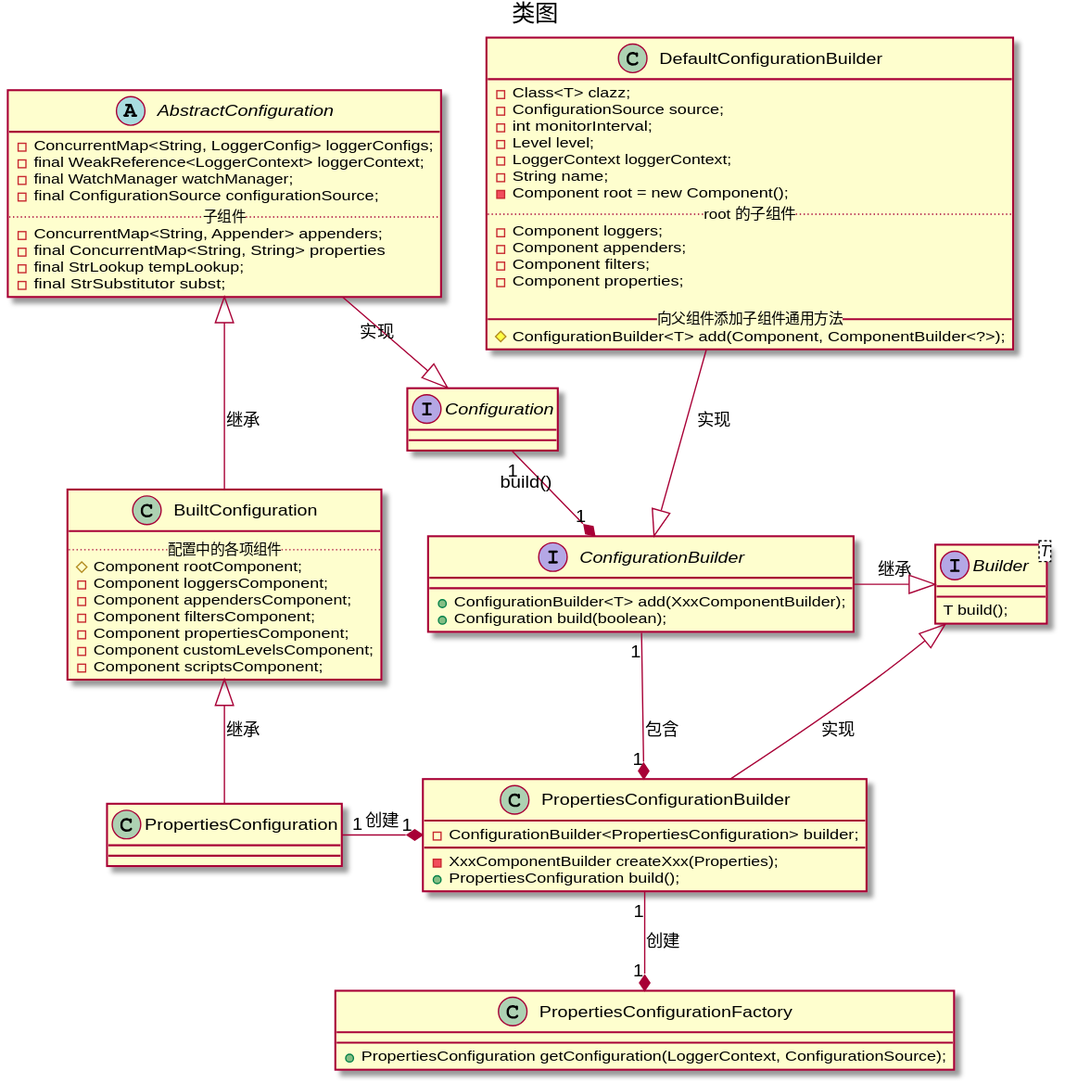
ReionChan/PhotoRepo keeps this PlantUML diagram as log4j/build_configuration_classes_diagram.svg. Above is the earlier version.
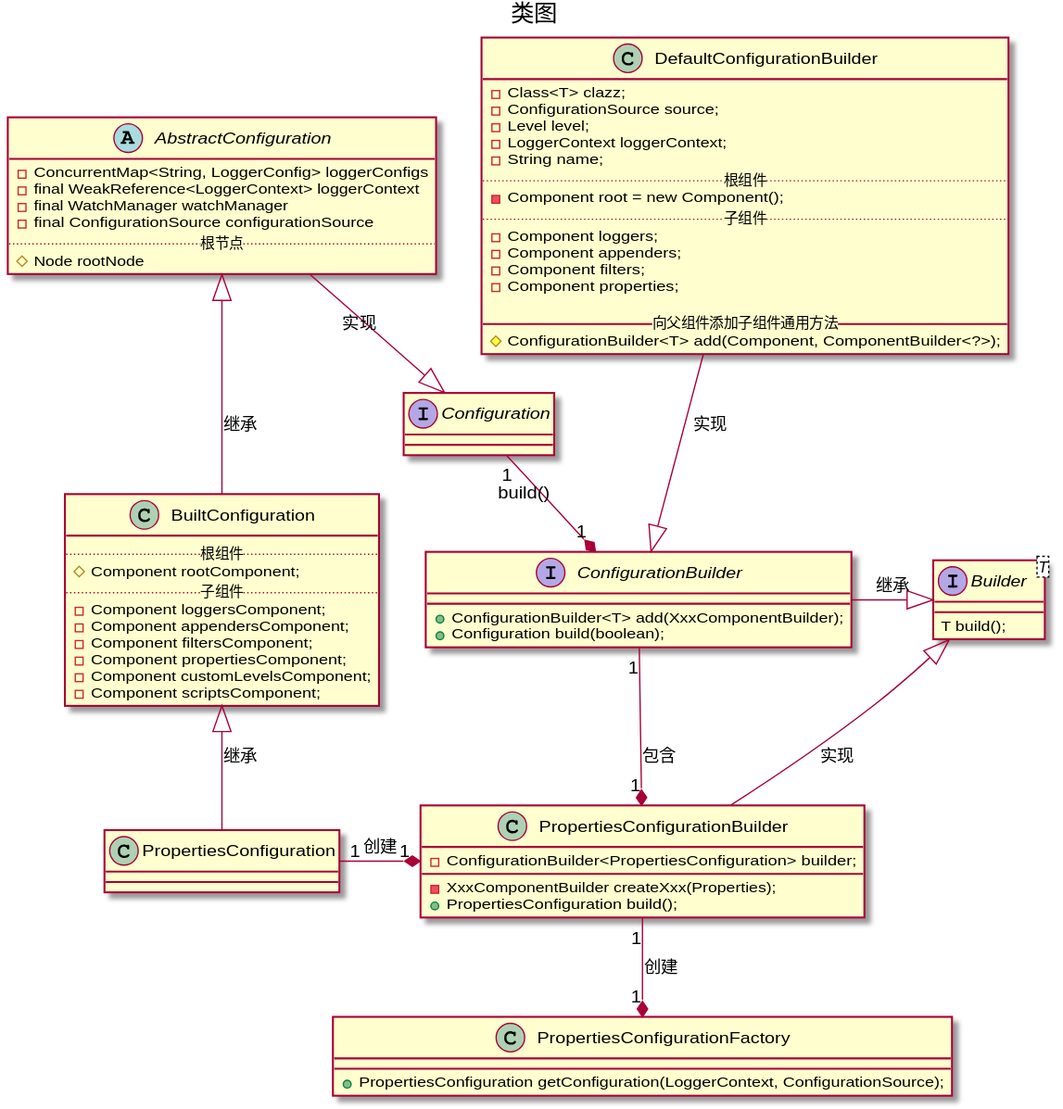
Above is the later version.

Commit message:
add rootNode in AbstractConfiguration

Change to the diagram source:
```diff
@@ -9,20 +9,18 @@
 }
 
 abstract class AbstractConfiguration {
-  - ConcurrentMap<String, LoggerConfig> loggerConfigs;
-  - final WeakReference<LoggerContext> loggerContext;
-  - final WatchManager watchManager;
-  - final ConfigurationSource configurationSource;
-  .. 子组件 ..
-  - ConcurrentMap<String, Appender> appenders;
-  - final ConcurrentMap<String, String> properties
-  - final StrLookup tempLookup;
-  - final StrSubstitutor subst;
+  - ConcurrentMap<String, LoggerConfig> loggerConfigs
+  - final WeakReference<LoggerContext> loggerContext
+  - final WatchManager watchManager
+  - final ConfigurationSource configurationSource
+  .. 根节点 ..
+  # Node rootNode
 }
 
 class BuiltConfiguration {
-    .. 配置中的各项组件 ..
+    .. 根组件 ..
     # Component rootComponent;
+    .. 子组件 ..
     - Component loggersComponent;
     - Component appendersComponent;
     - Component filtersComponent;
@@ -31,8 +29,7 @@
     - Component scriptsComponent;
 }
 
-class PropertiesConfiguration {
-}
+class PropertiesConfiguration
 
 interface ConfigurationBuilder {
   + ConfigurationBuilder<T> add(XxxComponentBuilder);
@@ -44,12 +41,12 @@
 class DefaultConfigurationBuilder {
     - Class<T> clazz;
     - ConfigurationSource source;
-    - int monitorInterval;
     - Level level;
     - LoggerContext loggerContext;
     - String name;
+    .. 根组件 ..
     - Component root = new Component();
-    .. root 的子组件 ..
+    .. 子组件 ..
     - Component loggers;
     - Component appenders;
     - Component filters;
```
